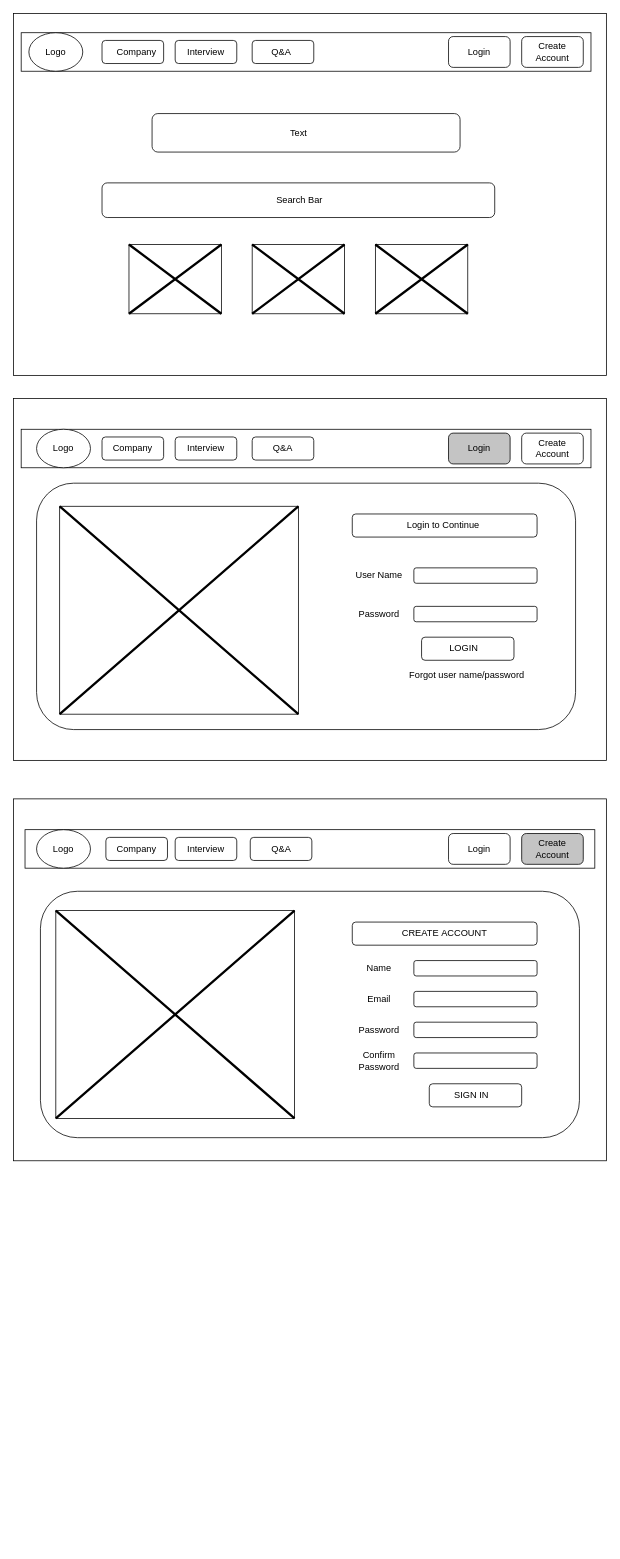
The draw.io diagram Untitled Diagram.drawio in YaxiHuang/test-repo, before the edit. Source tidied: cells renumbered, new cells numbered last; positions are measured from the earlier drawing's top-left corner, leaving out a move shared by most shapes. Both pictures are drawn from the tidied source at 77%, with x=0, y=0 at pixel (13, 13).
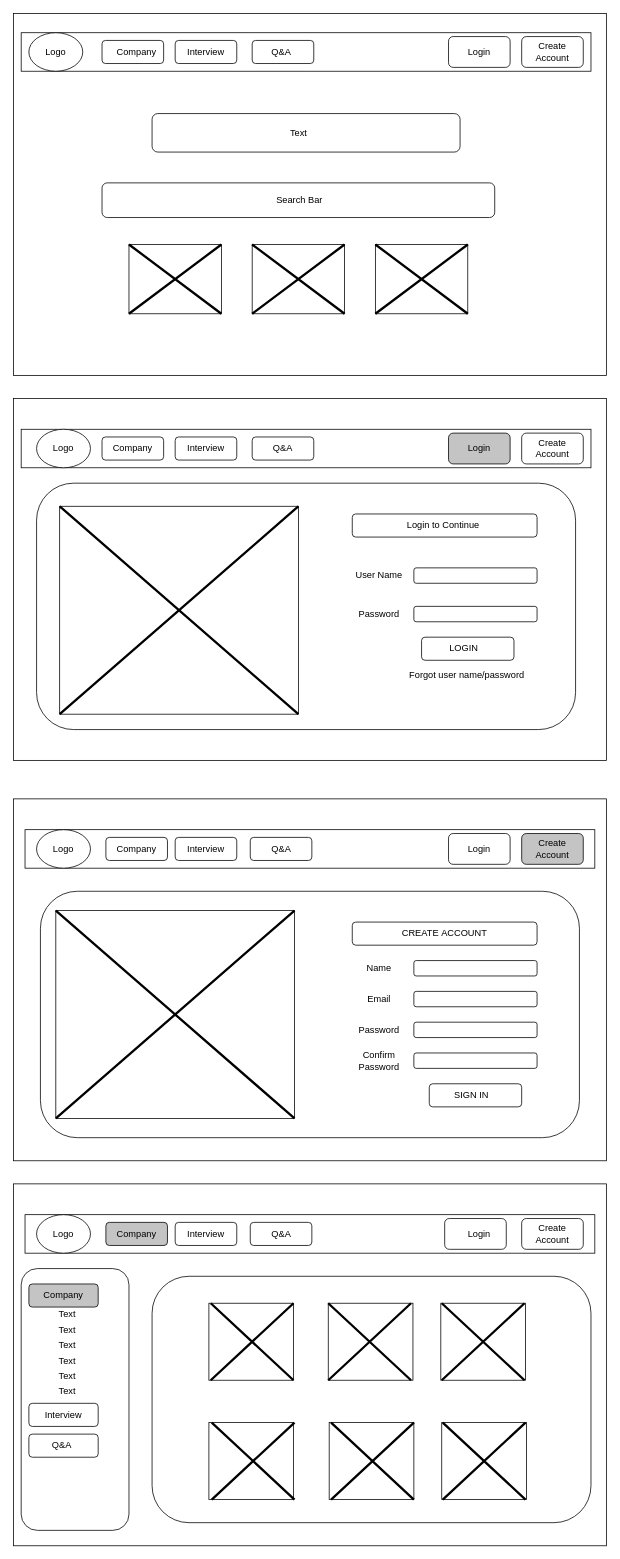
The same diagram, later.

The edit, as a diff of the source:
```diff
@@
+    <mxCell id="82" style="rounded=0;whiteSpace=wrap;html=1;" parent="1" vertex="1">
+      <mxGeometry y="1520" width="770" height="470" as="geometry" />
+    </mxCell>
+    <mxCell id="83" style="rounded=0;whiteSpace=wrap;html=1;" parent="1" vertex="1">
+      <mxGeometry x="15" y="1560" width="740" height="50" as="geometry" />
+    </mxCell>
+    <mxCell id="84" style="ellipse;whiteSpace=wrap;html=1;" parent="1" vertex="1">
+      <mxGeometry x="30" y="1560" width="70" height="50" as="geometry" />
+    </mxCell>
+    <mxCell id="85" style="rounded=1;whiteSpace=wrap;html=1;fillColor=#C4C4C4;" parent="1" vertex="1">
+      <mxGeometry x="120" y="1570" width="80" height="30" as="geometry" />
+    </mxCell>
+    <mxCell id="86" style="rounded=1;whiteSpace=wrap;html=1;" parent="1" vertex="1">
+      <mxGeometry x="210" y="1570" width="80" height="30" as="geometry" />
+    </mxCell>
+    <mxCell id="87" style="rounded=1;whiteSpace=wrap;html=1;" parent="1" vertex="1">
+      <mxGeometry x="307.5" y="1570" width="80" height="30" as="geometry" />
+    </mxCell>
+    <mxCell id="88" style="rounded=1;whiteSpace=wrap;html=1;" parent="1" vertex="1">
+      <mxGeometry x="560" y="1565" width="80" height="40" as="geometry" />
+    </mxCell>
+    <mxCell id="89" style="rounded=1;whiteSpace=wrap;html=1;" parent="1" vertex="1">
+      <mxGeometry x="660" y="1565" width="80" height="40" as="geometry" />
+    </mxCell>
+    <mxCell id="90" value="Create&lt;br&gt;Account" style="text;html=1;strokeColor=none;fillColor=none;align=center;verticalAlign=middle;whiteSpace=wrap;rounded=0;" parent="1" vertex="1">
+      <mxGeometry x="680" y="1575" width="40" height="20" as="geometry" />
+    </mxCell>
+    <mxCell id="91" value="Login" style="text;html=1;strokeColor=none;fillColor=none;align=center;verticalAlign=middle;whiteSpace=wrap;rounded=0;" parent="1" vertex="1">
+      <mxGeometry x="585" y="1575" width="40" height="20" as="geometry" />
+    </mxCell>
+    <mxCell id="92" value="Q&amp;amp;A" style="text;html=1;strokeColor=none;fillColor=none;align=center;verticalAlign=middle;whiteSpace=wrap;rounded=0;" parent="1" vertex="1">
+      <mxGeometry x="327.5" y="1575" width="40" height="20" as="geometry" />
+    </mxCell>
+    <mxCell id="93" value="Interview" style="text;html=1;strokeColor=none;fillColor=none;align=center;verticalAlign=middle;whiteSpace=wrap;rounded=0;" parent="1" vertex="1">
+      <mxGeometry x="230" y="1575" width="40" height="20" as="geometry" />
+    </mxCell>
+    <mxCell id="94" value="Company" style="text;html=1;strokeColor=none;fillColor=none;align=center;verticalAlign=middle;whiteSpace=wrap;rounded=0;" parent="1" vertex="1">
+      <mxGeometry x="140" y="1575" width="40" height="20" as="geometry" />
+    </mxCell>
+    <mxCell id="95" value="Logo" style="text;html=1;strokeColor=none;fillColor=none;align=center;verticalAlign=middle;whiteSpace=wrap;rounded=0;" parent="1" vertex="1">
+      <mxGeometry x="45" y="1575" width="40" height="20" as="geometry" />
+    </mxCell>
+    <mxCell id="96" style="rounded=1;whiteSpace=wrap;html=1;fillColor=#FFFFFF;" parent="1" vertex="1">
+      <mxGeometry x="10" y="1630" width="140" height="340" as="geometry" />
+    </mxCell>
+    <mxCell id="97" value="Text" style="text;html=1;strokeColor=none;fillColor=none;align=center;verticalAlign=middle;whiteSpace=wrap;rounded=0;" parent="1" vertex="1">
+      <mxGeometry x="50" y="1680" width="40" height="20" as="geometry" />
+    </mxCell>
+    <mxCell id="98" value="Text" style="text;html=1;strokeColor=none;fillColor=none;align=center;verticalAlign=middle;whiteSpace=wrap;rounded=0;" parent="1" vertex="1">
+      <mxGeometry x="50" y="1700" width="40" height="20" as="geometry" />
+    </mxCell>
+    <mxCell id="99" value="Text" style="text;html=1;strokeColor=none;fillColor=none;align=center;verticalAlign=middle;whiteSpace=wrap;rounded=0;" parent="1" vertex="1">
+      <mxGeometry x="50" y="1720" width="40" height="20" as="geometry" />
+    </mxCell>
+    <mxCell id="100" style="rounded=1;whiteSpace=wrap;html=1;fillColor=#FFFFFF;" parent="1" vertex="1">
+      <mxGeometry x="180" y="1640" width="570" height="320" as="geometry" />
+    </mxCell>
+    <mxCell id="101" style="rounded=0;whiteSpace=wrap;html=1;" parent="1" vertex="1">
+      <mxGeometry x="253.8" y="1675" width="110" height="100" as="geometry" />
+    </mxCell>
+    <mxCell id="102" style="rounded=0;whiteSpace=wrap;html=1;" parent="1" vertex="1">
+      <mxGeometry x="408.8" y="1675" width="110" height="100" as="geometry" />
+    </mxCell>
+    <mxCell id="103" style="rounded=0;whiteSpace=wrap;html=1;" parent="1" vertex="1">
+      <mxGeometry x="555" y="1675" width="110" height="100" as="geometry" />
+    </mxCell>
+    <mxCell id="104" style="rounded=0;whiteSpace=wrap;html=1;" parent="1" vertex="1">
+      <mxGeometry x="253.8" y="1830" width="110" height="100" as="geometry" />
+    </mxCell>
+    <mxCell id="105" style="rounded=0;whiteSpace=wrap;html=1;" parent="1" vertex="1">
+      <mxGeometry x="410" y="1830" width="110" height="100" as="geometry" />
+    </mxCell>
+    <mxCell id="106" style="rounded=0;whiteSpace=wrap;html=1;" parent="1" vertex="1">
+      <mxGeometry x="556.2" y="1830" width="110" height="100" as="geometry" />
+    </mxCell>
+    <mxCell id="107" value="Text" style="text;html=1;strokeColor=none;fillColor=none;align=center;verticalAlign=middle;whiteSpace=wrap;rounded=0;" parent="1" vertex="1">
+      <mxGeometry x="50" y="1740" width="40" height="20" as="geometry" />
+    </mxCell>
+    <mxCell id="108" value="Text" style="text;html=1;strokeColor=none;fillColor=none;align=center;verticalAlign=middle;whiteSpace=wrap;rounded=0;" parent="1" vertex="1">
+      <mxGeometry x="50" y="1760" width="40" height="20" as="geometry" />
+    </mxCell>
+    <mxCell id="109" value="Text" style="text;html=1;strokeColor=none;fillColor=none;align=center;verticalAlign=middle;whiteSpace=wrap;rounded=0;" parent="1" vertex="1">
+      <mxGeometry x="50" y="1780" width="40" height="20" as="geometry" />
+    </mxCell>
+    <mxCell id="110" style="shape=umlDestroy;whiteSpace=wrap;html=1;strokeWidth=3;" parent="1" vertex="1">
+      <mxGeometry x="256.2" y="1675" width="107.5" height="100" as="geometry" />
+    </mxCell>
+    <mxCell id="111" style="shape=umlDestroy;whiteSpace=wrap;html=1;strokeWidth=3;" parent="1" vertex="1">
+      <mxGeometry x="408.8" y="1675" width="107.5" height="100" as="geometry" />
+    </mxCell>
+    <mxCell id="112" style="shape=umlDestroy;whiteSpace=wrap;html=1;strokeWidth=3;" parent="1" vertex="1">
+      <mxGeometry x="556.2" y="1675" width="107.5" height="100" as="geometry" />
+    </mxCell>
+    <mxCell id="113" style="shape=umlDestroy;whiteSpace=wrap;html=1;strokeWidth=3;" parent="1" vertex="1">
+      <mxGeometry x="257.5" y="1830" width="107.5" height="100" as="geometry" />
+    </mxCell>
+    <mxCell id="114" style="shape=umlDestroy;whiteSpace=wrap;html=1;strokeWidth=3;" parent="1" vertex="1">
+      <mxGeometry x="412.5" y="1830" width="107.5" height="100" as="geometry" />
+    </mxCell>
+    <mxCell id="115" style="shape=umlDestroy;whiteSpace=wrap;html=1;strokeWidth=3;" parent="1" vertex="1">
+      <mxGeometry x="557.5" y="1830" width="107.5" height="100" as="geometry" />
+    </mxCell>
+    <mxCell id="116" style="rounded=1;whiteSpace=wrap;html=1;fillColor=#C4C4C4;" parent="1" vertex="1">
+      <mxGeometry x="20" y="1650" width="90" height="30" as="geometry" />
+    </mxCell>
+    <mxCell id="117" value="Company" style="text;html=1;strokeColor=none;fillColor=none;align=center;verticalAlign=middle;whiteSpace=wrap;rounded=0;" parent="1" vertex="1">
+      <mxGeometry x="45" y="1655" width="40" height="20" as="geometry" />
+    </mxCell>
+    <mxCell id="118" style="rounded=1;whiteSpace=wrap;html=1;fillColor=#FFFFFF;" parent="1" vertex="1">
+      <mxGeometry x="20" y="1845" width="90" height="30" as="geometry" />
+    </mxCell>
+    <mxCell id="119" value="Q&amp;amp;A" style="text;html=1;strokeColor=none;fillColor=none;align=center;verticalAlign=middle;whiteSpace=wrap;rounded=0;" parent="1" vertex="1">
+      <mxGeometry x="42.5" y="1850" width="40" height="20" as="geometry" />
+    </mxCell>
+    <mxCell id="120" style="rounded=1;whiteSpace=wrap;html=1;fillColor=#FFFFFF;" parent="1" vertex="1">
+      <mxGeometry x="20" y="1805" width="90" height="30" as="geometry" />
+    </mxCell>
+    <mxCell id="121" value="Interview" style="text;html=1;strokeColor=none;fillColor=none;align=center;verticalAlign=middle;whiteSpace=wrap;rounded=0;" parent="1" vertex="1">
+      <mxGeometry x="45" y="1810" width="40" height="20" as="geometry" />
+    </mxCell>
```
